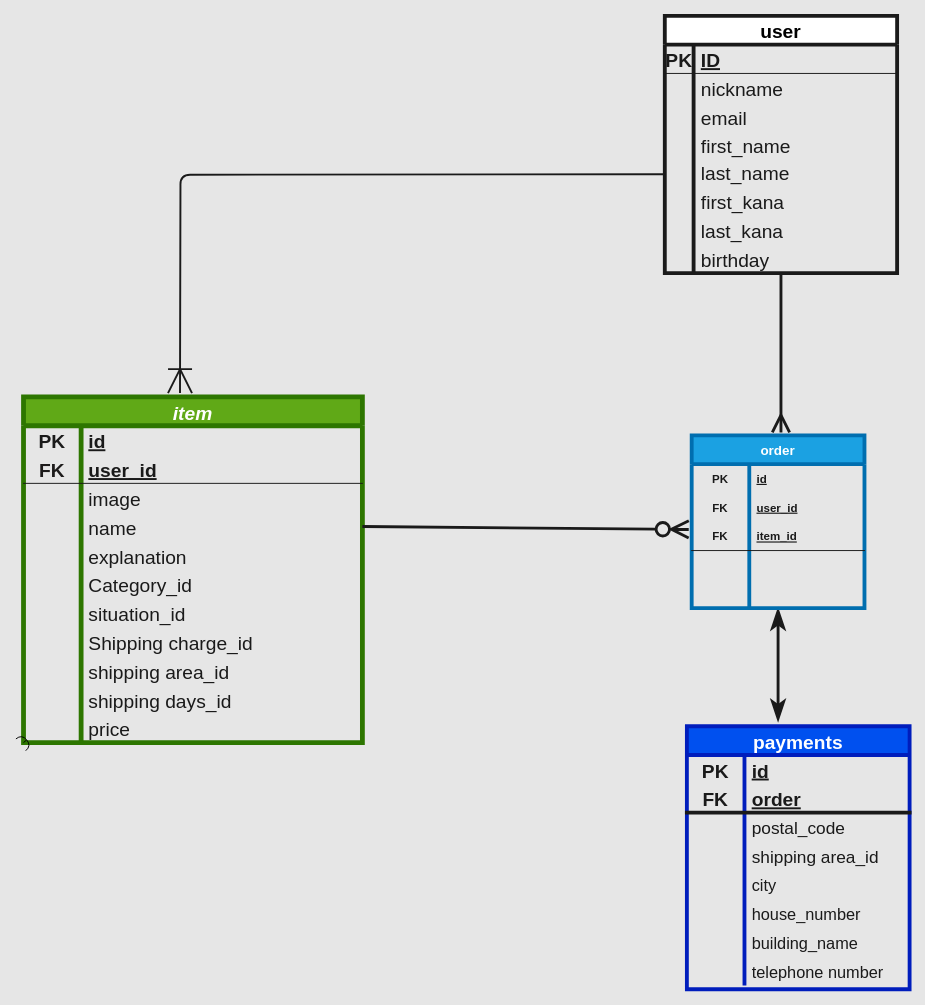
mugiwararf/furima-38928 keeps this draw.io diagram as page "ページ1" (1 of 2) of furima.dio. Above is the earlier version. Source tidied: cells renumbered, new cells numbered last; positions are measured from the earlier drawing's top-left corner, leaving out a move shared by most shapes. Both pictures are drawn from the tidied source at 96%, with x=0, y=0 at pixel (23, 15).
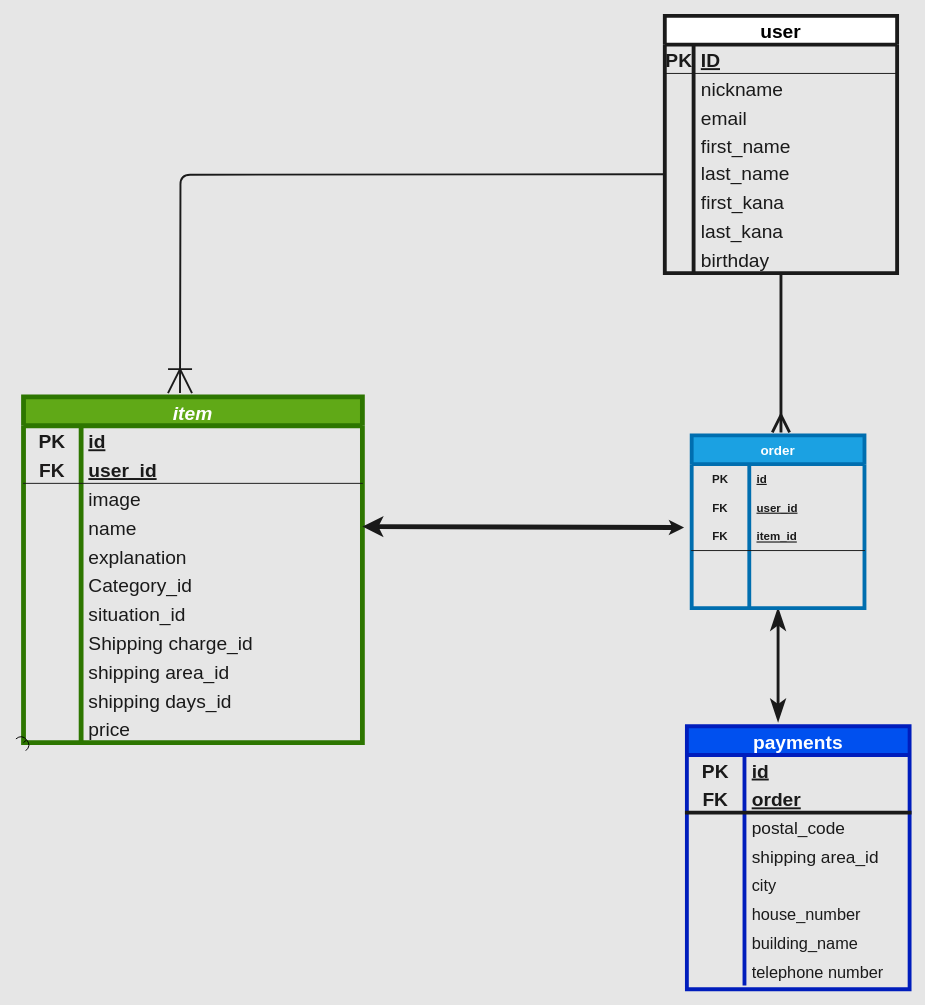
After the change.

Unchanged cells that the change refers to:
```xml
<mxCell id="38" style="shape=tableRow;horizontal=0;startSize=0;swimlaneHead=0;swimlaneBody=0;fillColor=none;points=[[0,0.5],[1,0.5]];portConstraint=eastwest;top=0;left=0;right=0;bottom=0;fontSize=20;" parent="28" vertex="1">
  <mxGeometry y="120" width="353" height="30" as="geometry" />
</mxCell>
<mxCell id="94" style="shape=tableRow;horizontal=0;startSize=0;swimlaneHead=0;swimlaneBody=0;fillColor=none;points=[[0,0.5],[1,0.5]];portConstraint=eastwest;top=0;left=0;right=0;bottom=0;strokeColor=#1A1A1A;strokeWidth=4;" parent="90" vertex="1">
  <mxGeometry y="60" width="180" height="30" as="geometry" />
</mxCell>
<mxCell id="97" style="shape=tableRow;horizontal=0;startSize=0;swimlaneHead=0;swimlaneBody=0;fillColor=none;points=[[0,0.5],[1,0.5]];portConstraint=eastwest;top=0;left=0;right=0;bottom=1;strokeColor=#1A1A1A;" parent="90" vertex="1">
  <mxGeometry y="90" width="180" height="30" as="geometry" />
</mxCell>
```

Change to the diagram source:
```diff
@@
-    <mxCell id="106" style="edgeStyle=none;html=1;exitX=1;exitY=0.5;exitDx=0;exitDy=0;entryX=-0.017;entryY=0.267;entryDx=0;entryDy=0;entryPerimeter=0;strokeColor=#1A1A1A;strokeWidth=3;fontSize=17;fontColor=#1A1A1A;startArrow=none;startFill=0;endArrow=ERzeroToMany;endFill=0;startSize=14;endSize=14;" parent="1" edge="1" source="38" target="97">
+    <mxCell id="106" style="edgeStyle=none;html=1;exitX=1;exitY=0.5;exitDx=0;exitDy=0;entryX=-0.044;entryY=1.2;entryDx=0;entryDy=0;entryPerimeter=0;endArrow=classic;endFill=1;endSize=0;strokeColor=#1A1A1A;targetPerimeterSpacing=6;strokeWidth=5;startArrow=classic;startFill=1;" parent="1" edge="1" source="38" target="94">
       <mxGeometry relative="1" as="geometry" />
     </mxCell>
```
